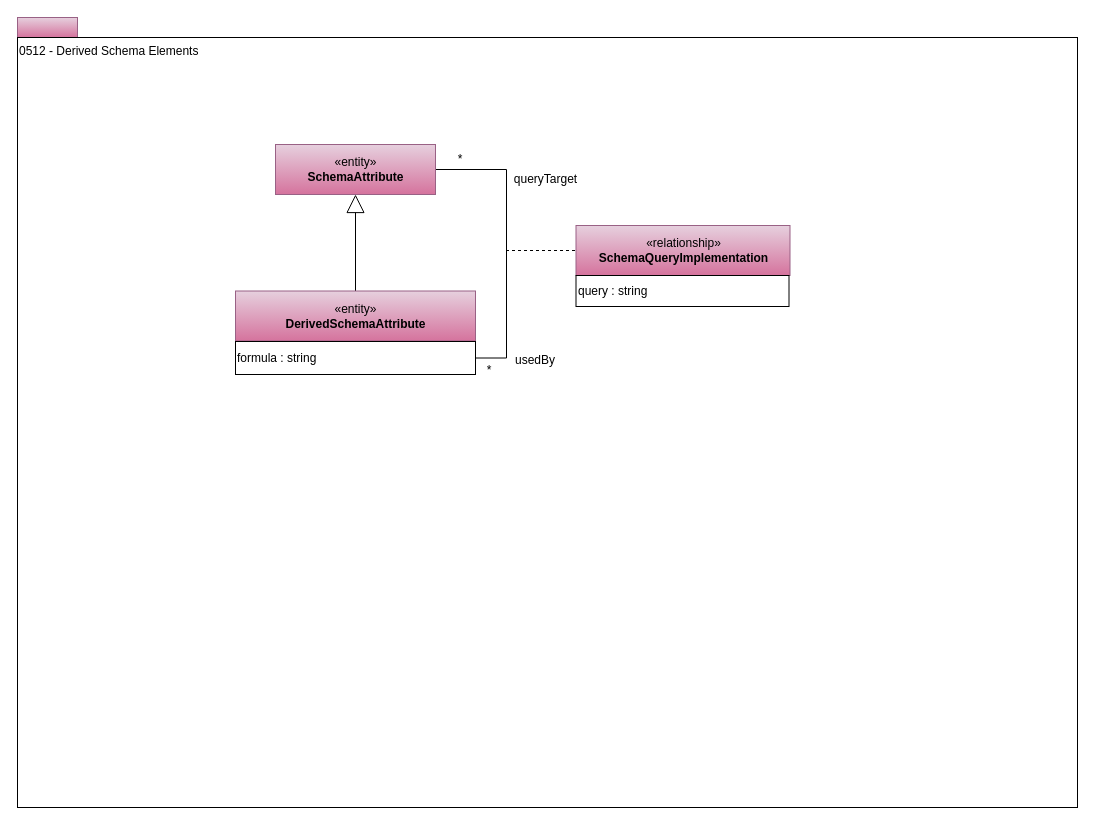
Above: page "0512-Derived-Schema-Elements" (8 of 24) of open-metadata-publication/website/open-metadata-types/area-5-models-and-schema.drawio in planetf1/egeria (draw.io), before the change. Source tidied: cells renumbered, new cells numbered last; positions are measured from the earlier drawing's top-left corner, leaving out a move shared by most shapes. Both pictures are drawn from the tidied source at 100%, with x=0, y=0 at pixel (17, 17).
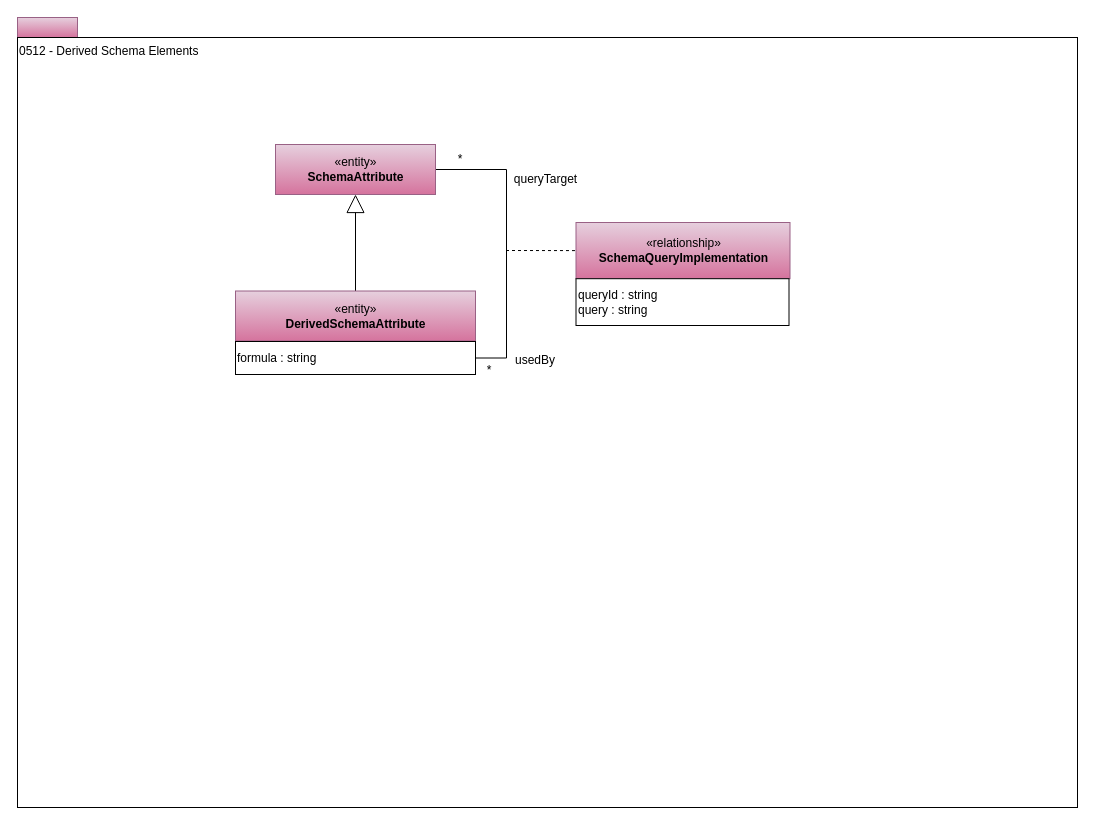
After the change.

Diff of the diagram source:
```diff
@@
 <mxGraphModel>
   <root>
     <mxCell id="0" />
     <mxCell id="1" parent="0" />
     <mxCell id="2" style="rounded=0;whiteSpace=wrap;html=1;align=left;fillColor=#e6d0de;strokeColor=#996185;gradientColor=#d5739d;" parent="1" vertex="1">
       <mxGeometry width="60" height="20" as="geometry" />
     </mxCell>
     <mxCell id="3" value="0512 - Derived Schema Elements" style="rounded=0;whiteSpace=wrap;html=1;align=left;verticalAlign=top;" parent="1" vertex="1">
       <mxGeometry y="20" width="1060" height="770" as="geometry" />
     </mxCell>
     <mxCell id="4" style="edgeStyle=orthogonalEdgeStyle;rounded=0;jettySize=auto;html=1;exitX=1;exitY=0.5;exitDx=0;exitDy=0;endArrow=none;endFill=0;entryX=1;entryY=0.5;entryDx=0;entryDy=0;" parent="1" edge="1" source="5" target="16">
       <mxGeometry relative="1" as="geometry">
         <Array as="points">
           <mxPoint x="489" y="152" />
           <mxPoint x="489" y="341" />
         </Array>
       </mxGeometry>
     </mxCell>
     <mxCell id="5" value="«entity»&lt;br&gt;&lt;b&gt;SchemaAttribute&lt;/b&gt;" style="html=1;strokeColor=#996185;align=center;fillColor=#e6d0de;gradientColor=#d5739d;" parent="1" vertex="1">
       <mxGeometry x="258" y="127" width="160" height="50" as="geometry" />
     </mxCell>
     <mxCell id="6" value="*" style="text;html=1;strokeColor=none;fillColor=none;align=center;verticalAlign=middle;whiteSpace=wrap;rounded=0;" parent="1" vertex="1">
       <mxGeometry x="422.5" y="132" width="40" height="20" as="geometry" />
     </mxCell>
     <mxCell id="7" value="queryTarget" style="text;html=1;strokeColor=none;fillColor=none;align=center;verticalAlign=middle;whiteSpace=wrap;rounded=0;" parent="1" vertex="1">
       <mxGeometry x="467" y="152" width="123" height="20" as="geometry" />
     </mxCell>
     <mxCell id="8" value="*" style="text;html=1;strokeColor=none;fillColor=none;align=center;verticalAlign=middle;whiteSpace=wrap;rounded=0;" parent="1" vertex="1">
       <mxGeometry x="452" y="342.5" width="40" height="20" as="geometry" />
     </mxCell>
     <mxCell id="9" value="usedBy" style="text;html=1;strokeColor=none;fillColor=none;align=center;verticalAlign=middle;whiteSpace=wrap;rounded=0;" parent="1" vertex="1">
       <mxGeometry x="479" y="333" width="78" height="20" as="geometry" />
     </mxCell>
     <mxCell id="10" style="endArrow=none;dashed=1;html=1;entryX=0;entryY=0.5;entryDx=0;entryDy=0;" parent="1" edge="1" target="12">
       <mxGeometry relative="1" as="geometry">
         <mxPoint x="488.5" y="233" as="sourcePoint" />
       </mxGeometry>
     </mxCell>
     <mxCell id="11" style="group;" parent="1" vertex="1">
-      <mxGeometry x="558.5" y="208" width="214" height="81" as="geometry" />
+      <mxGeometry x="558.5" y="205" width="214" height="103" as="geometry" />
     </mxCell>
     <mxCell id="12" value="«relationship»&lt;br&gt;&lt;b&gt;SchemaQueryImplementation&lt;/b&gt;" style="html=1;strokeColor=#996185;align=center;fillColor=#e6d0de;gradientColor=#d5739d;" parent="11" vertex="1">
-      <mxGeometry width="214" height="50" as="geometry" />
+      <mxGeometry width="214" height="56.2" as="geometry" />
     </mxCell>
-    <mxCell id="13" value="&lt;div style=&quot;text-align: left&quot;&gt;&lt;span&gt;query : string&lt;/span&gt;&lt;/div&gt;" style="rounded=0;whiteSpace=wrap;html=1;strokeColor=#000000;gradientColor=#ffffff;align=left;" parent="11" vertex="1">
-      <mxGeometry y="50" width="213" height="31" as="geometry" />
+    <mxCell id="13" value="&lt;div style=&quot;text-align: left&quot;&gt;&lt;span&gt;queryId : string&lt;/span&gt;&lt;/div&gt;&lt;div style=&quot;text-align: left&quot;&gt;&lt;span&gt;query : string&lt;/span&gt;&lt;/div&gt;" style="rounded=0;whiteSpace=wrap;html=1;strokeColor=#000000;gradientColor=#ffffff;align=left;" parent="11" vertex="1">
+      <mxGeometry y="56.2" width="213" height="46.8" as="geometry" />
     </mxCell>
     <mxCell id="14" style="edgeStyle=orthogonalEdgeStyle;rounded=0;jettySize=auto;html=1;exitX=0.5;exitY=0;exitDx=0;exitDy=0;entryX=0.5;entryY=1;entryDx=0;entryDy=0;startSize=6;endArrow=block;endFill=0;endSize=16;" parent="1" edge="1" source="15" target="5">
       <mxGeometry relative="1" as="geometry" />
     </mxCell>
     <mxCell id="15" value="«entity»&lt;br&gt;&lt;b&gt;DerivedSchemaAttribute&lt;/b&gt;" style="html=1;strokeColor=#996185;align=center;fillColor=#e6d0de;gradientColor=#d5739d;" parent="1" vertex="1">
       <mxGeometry x="218" y="273.5" width="240" height="50" as="geometry" />
     </mxCell>
     <mxCell id="16" value="&lt;span style=&quot;white-space: normal&quot;&gt;formula : string&lt;/span&gt;" style="rounded=0;whiteSpace=wrap;html=1;strokeColor=#000000;gradientColor=#ffffff;align=left;" parent="1" vertex="1">
       <mxGeometry x="218" y="324" width="240" height="33" as="geometry" />
     </mxCell>
   </root>
 </mxGraphModel>
```
